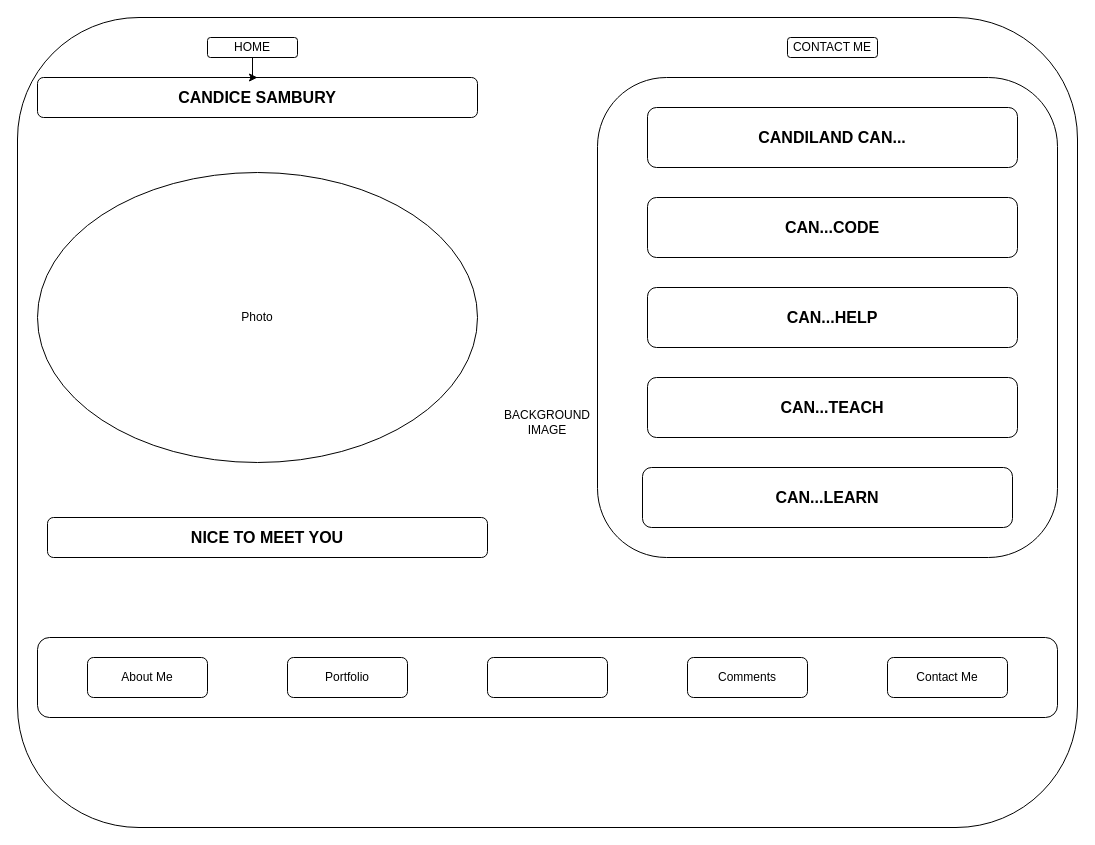
Above: myportfolio.drawio in Ntsaiab/MyPortfolio (draw.io), before the change. Source tidied: cells renumbered, new cells numbered last; positions are measured from the earlier drawing's top-left corner, leaving out a move shared by most shapes. Both pictures are drawn from the tidied source at 100%, with x=0, y=0 at pixel (17, 17).
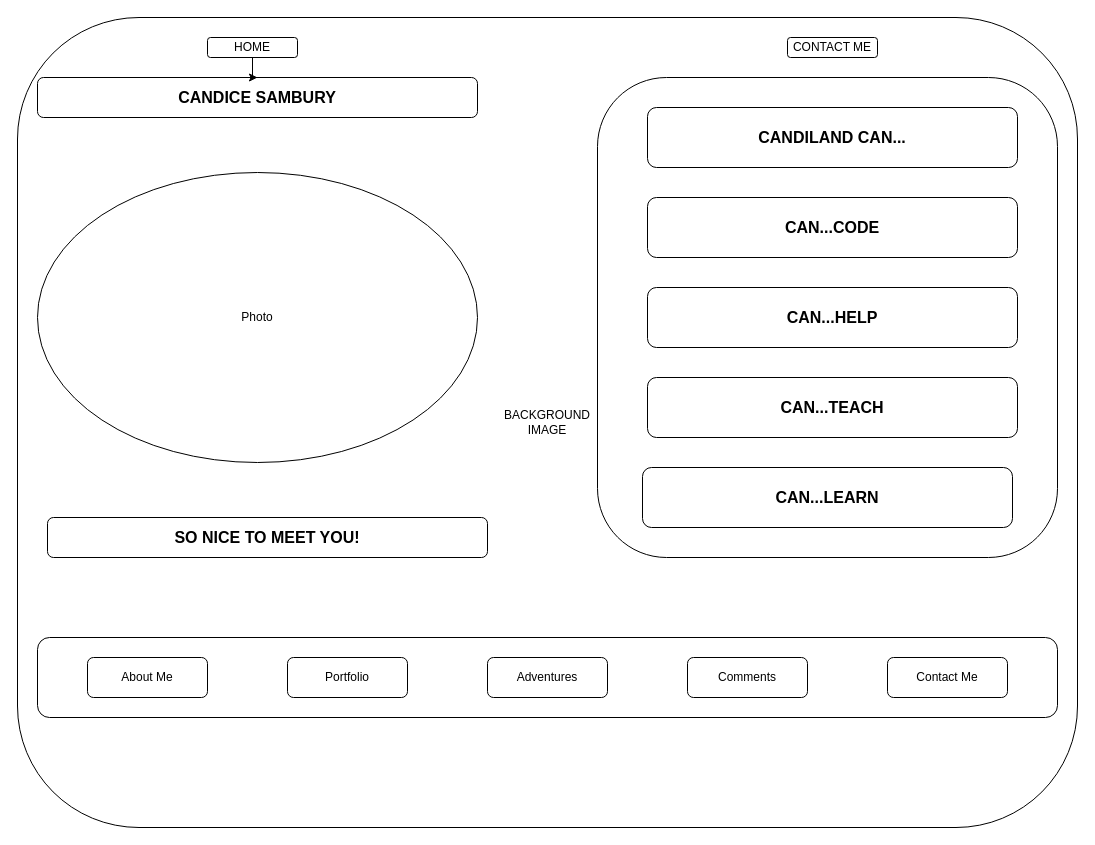
Above is the later version.

What changed in the source:
```diff
@@
-    <mxCell id="8" style="rounded=1;whiteSpace=wrap;html=1;" parent="1" vertex="1">
+    <mxCell id="8" value="Adventures" style="rounded=1;whiteSpace=wrap;html=1;" parent="1" vertex="1">
       <mxGeometry x="470" y="640" width="120" height="40" as="geometry" />
     </mxCell>
@@
-    <mxCell id="17" value="&lt;font size=&quot;3&quot;&gt;&lt;b&gt;NICE TO MEET YOU&lt;/b&gt;&lt;/font&gt;" style="rounded=1;whiteSpace=wrap;html=1;" parent="1" vertex="1">
+    <mxCell id="17" value="&lt;font size=&quot;3&quot;&gt;&lt;b&gt;SO NICE TO MEET YOU!&lt;/b&gt;&lt;/font&gt;" style="rounded=1;whiteSpace=wrap;html=1;" parent="1" vertex="1">
       <mxGeometry x="30" y="500" width="440" height="40" as="geometry" />
     </mxCell>
```
